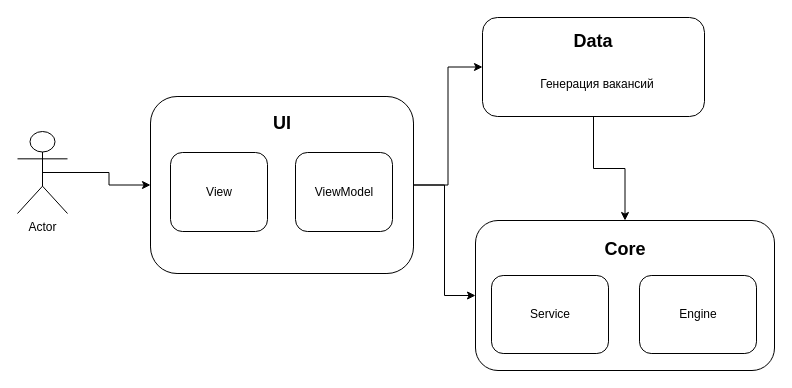
Earlier version of the draw.io diagram materials/диаграмма.drawio (0xK3rn0de/kursach_search). Source tidied: cells renumbered, new cells numbered last; positions are measured from the earlier drawing's top-left corner, leaving out a move shared by most shapes. Both pictures are drawn from the tidied source at 100%, with x=0, y=0 at pixel (17, 17).
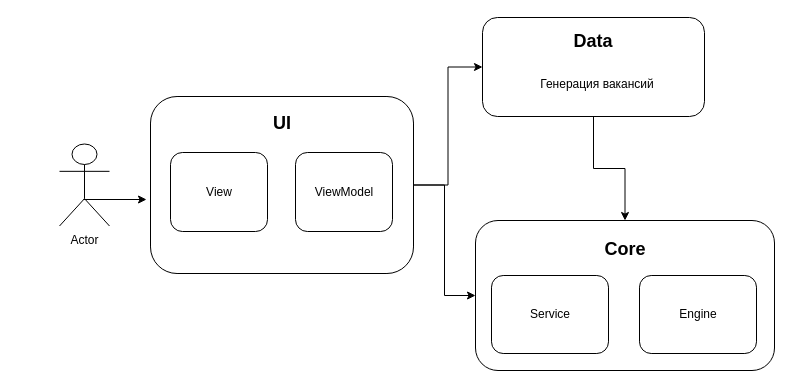
The same page after the edit.

Unchanged cells that the change refers to:
```xml
<mxCell id="6" style="rounded=1;whiteSpace=wrap;html=1;" parent="1" vertex="1">
  <mxGeometry x="133" y="79" width="263" height="177" as="geometry" />
</mxCell>
```

The edit, as a diff of the source:
```diff
@@
-    <mxCell id="2" style="edgeStyle=orthogonalEdgeStyle;rounded=0;jettySize=auto;html=1;exitX=0.5;exitY=0.5;exitDx=0;exitDy=0;exitPerimeter=0;" parent="1" edge="1" source="3" target="6">
-      <mxGeometry relative="1" as="geometry" />
-    </mxCell>
     <mxCell id="3" value="Actor" style="shape=umlActor;verticalLabelPosition=bottom;verticalAlign=top;html=1;outlineConnect=0;" parent="1" vertex="1">
-      <mxGeometry y="114" width="50" height="82" as="geometry" />
+      <mxGeometry x="42" y="126.5" width="50" height="82" as="geometry" />
     </mxCell>
@@
+    <mxCell id="22" style="endArrow=classic;html=1;rounded=0;" parent="1" edge="1">
+      <mxGeometry relative="1" as="geometry">
+        <mxPoint x="66" y="182" as="sourcePoint" />
+        <mxPoint x="129" y="182" as="targetPoint" />
+      </mxGeometry>
+    </mxCell>
```
